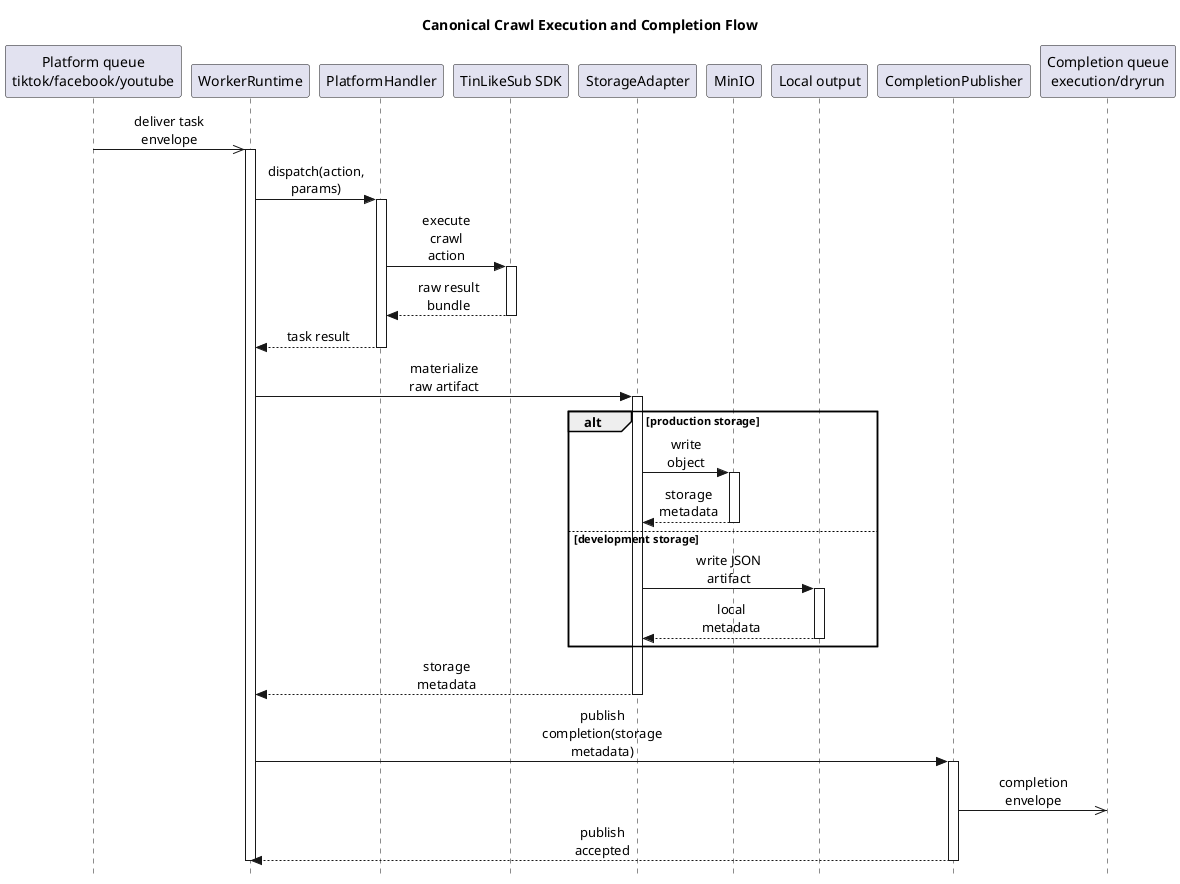
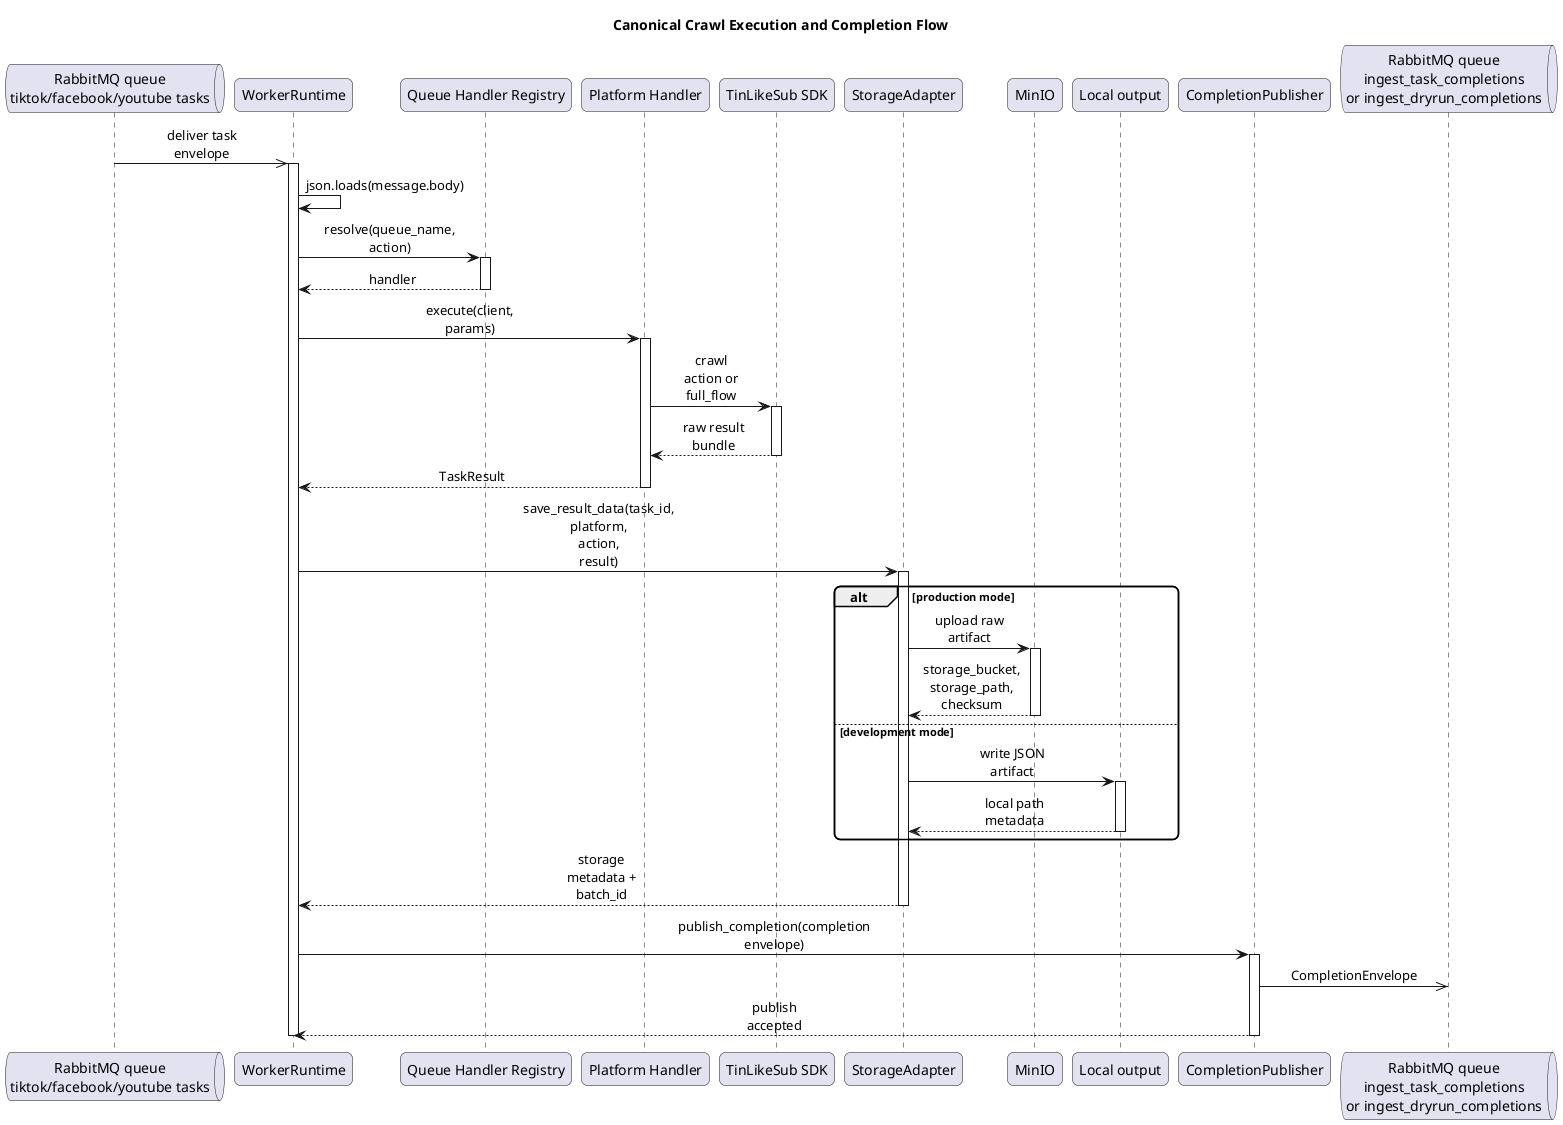
@startuml
title Canonical Crawl Execution and Completion Flow
- hide footbox
- skinparam style strictuml
+ skinparam defaultFontName Arial
+ skinparam shadowing false
skinparam sequenceMessageAlign center
skinparam responseMessageBelowArrow true
skinparam maxMessageSize 70
+ skinparam roundcorner 12

- participant "Platform queue\ntiktok/facebook/youtube" as PlatformQueue
+ queue "RabbitMQ queue\ntiktok/facebook/youtube tasks" as PlatformQueue
participant "WorkerRuntime" as Worker
- participant "PlatformHandler" as Handler
+ participant "Queue Handler Registry" as Registry
+ participant "Platform Handler" as Handler
participant "TinLikeSub SDK" as SDK
participant "StorageAdapter" as Storage
participant "MinIO" as MinIO
participant "Local output" as LocalOutput
participant "CompletionPublisher" as Publisher
- participant "Completion queue\nexecution/dryrun" as CompletionQueue
+ queue "RabbitMQ queue\ningest_task_completions\nor ingest_dryrun_completions" as CompletionQueue

PlatformQueue ->> Worker : deliver task envelope
activate Worker
- Worker -> Handler : dispatch(action, params)
+ Worker -> Worker : json.loads(message.body)
+ Worker -> Registry : resolve(queue_name, action)
+ activate Registry
+ Registry --> Worker : handler
+ deactivate Registry
+ Worker -> Handler : execute(client, params)
activate Handler
- Handler -> SDK : execute crawl action
+ Handler -> SDK : crawl action or full_flow
activate SDK
SDK --> Handler : raw result bundle
deactivate SDK
- Handler --> Worker : task result
+ Handler --> Worker : TaskResult
deactivate Handler
- Worker -> Storage : materialize raw artifact
+ 
+ Worker -> Storage : save_result_data(task_id, platform, action, result)
activate Storage
- 
- alt production storage
-   Storage -> MinIO : write object
+ alt production mode
+   Storage -> MinIO : upload raw artifact
  activate MinIO
-   MinIO --> Storage : storage metadata
+   MinIO --> Storage : storage_bucket, storage_path, checksum
  deactivate MinIO
- else development storage
+ else development mode
  Storage -> LocalOutput : write JSON artifact
  activate LocalOutput
-   LocalOutput --> Storage : local metadata
+   LocalOutput --> Storage : local path metadata
  deactivate LocalOutput
end
+ Storage --> Worker : storage metadata + batch_id
+ deactivate Storage

- Storage --> Worker : storage metadata
- deactivate Storage
- Worker -> Publisher : publish completion(storage metadata)
+ Worker -> Publisher : publish_completion(completion envelope)
activate Publisher
- Publisher ->> CompletionQueue : completion envelope
+ Publisher ->> CompletionQueue : CompletionEnvelope
Publisher --> Worker : publish accepted
deactivate Publisher
deactivate Worker
@enduml
